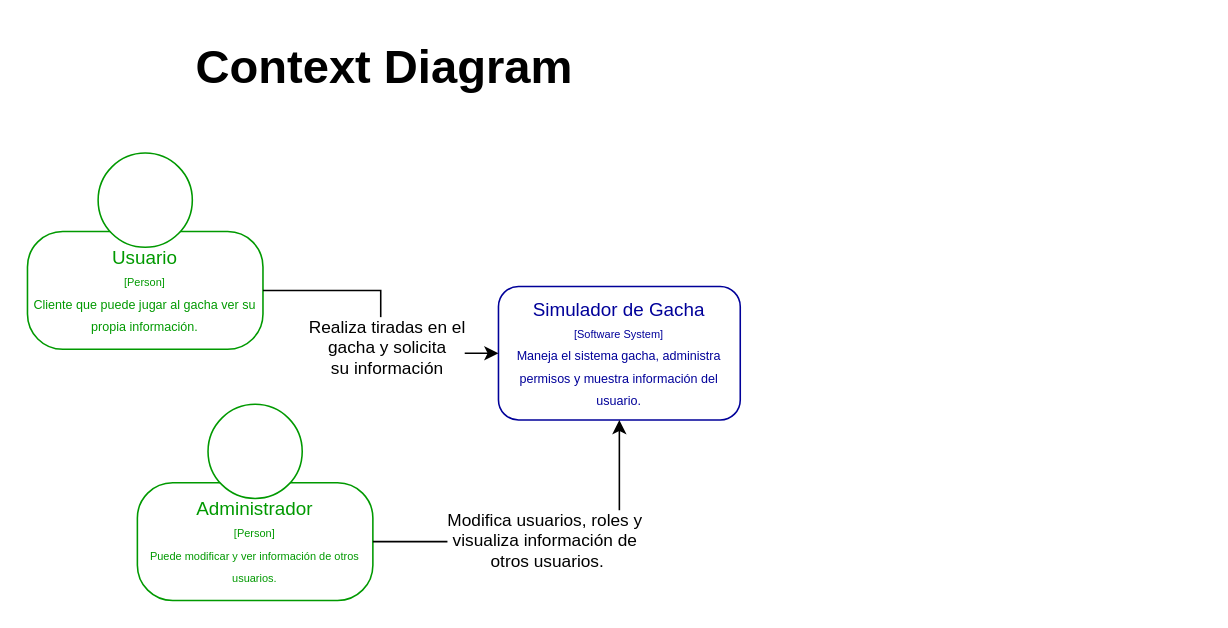
Before: docs/C4 Context.drawio in nicolasnna/gacha-simulator, a draw.io diagram. Source tidied: cells renumbered, new cells numbered last; positions are measured from the earlier drawing's top-left corner, leaving out a move shared by most shapes. Both pictures are drawn from the tidied source at 157%, with x=0, y=0 at pixel (27, 27).
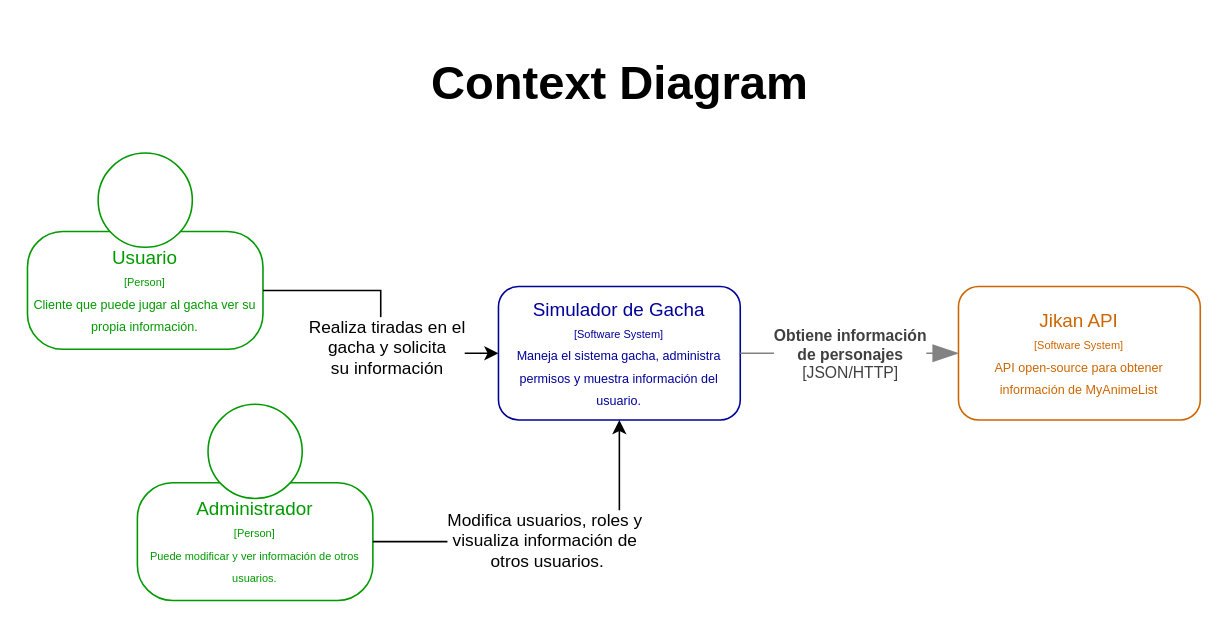
Above is the later version.

The edit, as a diff of the source:
```diff
@@
 <mxGraphModel>
   <root>
     <mxCell id="0" />
     <mxCell id="1" parent="0" />
     <mxCell id="2" style="group;" parent="1" vertex="1">
       <mxGeometry y="80" width="150" height="125" as="geometry" />
     </mxCell>
     <mxCell id="3" value="&lt;font style=&quot;&quot;&gt;Usuario&lt;br&gt;&lt;font style=&quot;font-size: 7px;&quot;&gt;[Person]&lt;/font&gt;&lt;/font&gt;&lt;div&gt;&lt;font style=&quot;font-size: 8px;&quot;&gt;Cliente que puede jugar al gacha ver su propia información.&lt;/font&gt;&lt;/div&gt;" style="rounded=1;whiteSpace=wrap;html=1;arcSize=30;strokeColor=#009900;fontColor=#009900;" parent="2" vertex="1">
       <mxGeometry y="50" width="150" height="75" as="geometry" />
     </mxCell>
     <mxCell id="4" style="ellipse;whiteSpace=wrap;html=1;fontColor=#009900;strokeColor=#009900;" parent="2" vertex="1">
       <mxGeometry x="45" width="60" height="60" as="geometry" />
     </mxCell>
     <mxCell id="5" value="&lt;div&gt;&lt;font style=&quot;&quot;&gt;Simulador de Gacha&lt;/font&gt;&lt;/div&gt;&lt;div&gt;&lt;font style=&quot;font-size: 7px;&quot;&gt;[Software System]&lt;/font&gt;&lt;/div&gt;&lt;div&gt;&lt;font style=&quot;font-size: 8px;&quot;&gt;Maneja el sistema gacha, administra permisos y muestra información del usuario.&lt;/font&gt;&lt;/div&gt;" style="rounded=1;whiteSpace=wrap;html=1;strokeColor=#000099;fontColor=#000099;fontSize=12;" parent="1" vertex="1">
       <mxGeometry x="300" y="165" width="154" height="85" as="geometry" />
     </mxCell>
     <mxCell id="6" style="edgeStyle=orthogonalEdgeStyle;rounded=0;jettySize=auto;html=1;exitX=1;exitY=0.5;exitDx=0;exitDy=0;entryX=0;entryY=0.5;entryDx=0;entryDy=0;" parent="1" edge="1" source="3" target="5">
       <mxGeometry relative="1" as="geometry" />
     </mxCell>
     <mxCell id="7" value="Realiza tiradas en el&lt;div&gt;&amp;nbsp;gacha y&amp;nbsp;&lt;span style=&quot;background-color: light-dark(#ffffff, var(--ge-dark-color, #121212)); color: light-dark(rgb(0, 0, 0), rgb(255, 255, 255));&quot;&gt;solicita&amp;nbsp;&lt;/span&gt;&lt;/div&gt;&lt;div&gt;&lt;span style=&quot;background-color: light-dark(#ffffff, var(--ge-dark-color, #121212)); color: light-dark(rgb(0, 0, 0), rgb(255, 255, 255));&quot;&gt;su información&lt;/span&gt;&lt;/div&gt;" style="edgeLabel;html=1;align=center;verticalAlign=middle;" parent="6" vertex="1">
       <mxGeometry x="0.17" y="3" relative="1" as="geometry" />
     </mxCell>
     <mxCell id="8" style="group;" parent="1" vertex="1">
       <mxGeometry x="70" y="240" width="150" height="125" as="geometry" />
     </mxCell>
     <mxCell id="9" value="&lt;font style=&quot;&quot;&gt;Administrador&lt;br&gt;&lt;font style=&quot;font-size: 7px;&quot;&gt;[Person]&lt;/font&gt;&lt;/font&gt;&lt;div&gt;&lt;span style=&quot;font-size: 7px;&quot;&gt;Puede modificar y ver información de otros usuarios.&lt;/span&gt;&lt;/div&gt;" style="rounded=1;whiteSpace=wrap;html=1;arcSize=30;strokeColor=#009900;fontColor=#009900;" parent="8" vertex="1">
       <mxGeometry y="50" width="150" height="75" as="geometry" />
     </mxCell>
     <mxCell id="10" style="ellipse;whiteSpace=wrap;html=1;fontColor=#009900;strokeColor=#009900;" parent="8" vertex="1">
       <mxGeometry x="45" width="60" height="60" as="geometry" />
     </mxCell>
     <mxCell id="11" style="edgeStyle=orthogonalEdgeStyle;rounded=0;jettySize=auto;html=1;exitX=1;exitY=0.5;exitDx=0;exitDy=0;entryX=0.5;entryY=1;entryDx=0;entryDy=0;" parent="1" edge="1" source="9" target="5">
       <mxGeometry relative="1" as="geometry" />
     </mxCell>
     <mxCell id="12" value="Modifica usuarios, roles y&amp;nbsp;&lt;div&gt;visualiza información de&amp;nbsp;&lt;/div&gt;&lt;div&gt;otros usuarios.&lt;/div&gt;" style="edgeLabel;html=1;align=center;verticalAlign=middle;" parent="11" vertex="1">
       <mxGeometry x="-0.06" y="1" relative="1" as="geometry" />
     </mxCell>
     <mxCell id="13" value="Context Diagram" style="text;html=1;align=center;verticalAlign=middle;strokeColor=none;fillColor=none;fontSize=30;fontStyle=1;" parent="1" vertex="1">
-      <mxGeometry x="102" width="250" height="50" as="geometry" />
+      <mxGeometry x="252" y="10" width="250" height="50" as="geometry" />
     </mxCell>
+    <mxCell id="14" value="&lt;div&gt;&lt;font style=&quot;&quot;&gt;Jikan API&lt;/font&gt;&lt;/div&gt;&lt;div&gt;&lt;font style=&quot;font-size: 7px;&quot;&gt;[Software System]&lt;/font&gt;&lt;/div&gt;&lt;div&gt;&lt;font style=&quot;font-size: 8px;&quot;&gt;API open-source para obtener información de MyAnimeList&lt;/font&gt;&lt;/div&gt;" style="rounded=1;whiteSpace=wrap;html=1;strokeColor=#CC6600;fontColor=#CC6600;fontSize=12;spacingLeft=10;spacingRight=10;" parent="1" vertex="1">
+      <mxGeometry x="593" y="165" width="154" height="85" as="geometry" />
+    </mxCell>
+    <object id="15" label="&lt;div style=&quot;text-align: left&quot;&gt;&lt;div style=&quot;text-align: center&quot;&gt;&lt;b&gt;%c4Description%&lt;/b&gt;&lt;/div&gt;&lt;div style=&quot;text-align: center&quot;&gt;[%c4Technology%]&lt;/div&gt;&lt;/div&gt;" c4Description="Obtiene información &#10;de personajes" c4Technology="JSON/HTTP" placeholders="1">
+      <mxCell style="endArrow=blockThin;html=1;fontSize=10;fontColor=#404040;strokeWidth=1;endFill=1;strokeColor=#828282;elbow=vertical;endSize=14;startSize=14;jumpStyle=arc;jumpSize=16;rounded=0;edgeStyle=orthogonalEdgeStyle;exitX=1;exitY=0.5;exitDx=0;exitDy=0;entryX=0;entryY=0.5;entryDx=0;entryDy=0;" parent="1" edge="1" source="5" target="14">
+        <mxGeometry relative="1" as="geometry" />
+      </mxCell>
+    </object>
   </root>
 </mxGraphModel>
```
